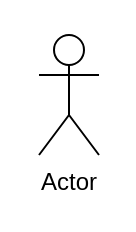
Above: Doc/Sequence Diagram/Manage-medicine.drawio in ChandimalPriyamantha/Pharmacy_Shop_Management_System (draw.io), before the change. Source tidied: cells renumbered, new cells numbered last; positions are measured from the earlier drawing's top-left corner, leaving out a move shared by most shapes. Both pictures are drawn from the tidied source at 200%, with x=0, y=0 at pixel (38, 34).
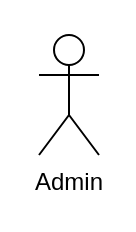
The same page after the edit.

Diff of the diagram source:
```diff
@@
 <mxGraphModel>
   <root>
     <mxCell id="0" />
     <mxCell id="1" parent="0" />
-    <mxCell id="2" value="Actor" style="shape=umlActor;verticalLabelPosition=bottom;verticalAlign=top;html=1;" parent="1" vertex="1">
+    <mxCell id="2" value="Admin" style="shape=umlActor;verticalLabelPosition=bottom;verticalAlign=top;html=1;" parent="1" vertex="1">
       <mxGeometry width="30" height="60" as="geometry" />
     </mxCell>
   </root>
 </mxGraphModel>
```
